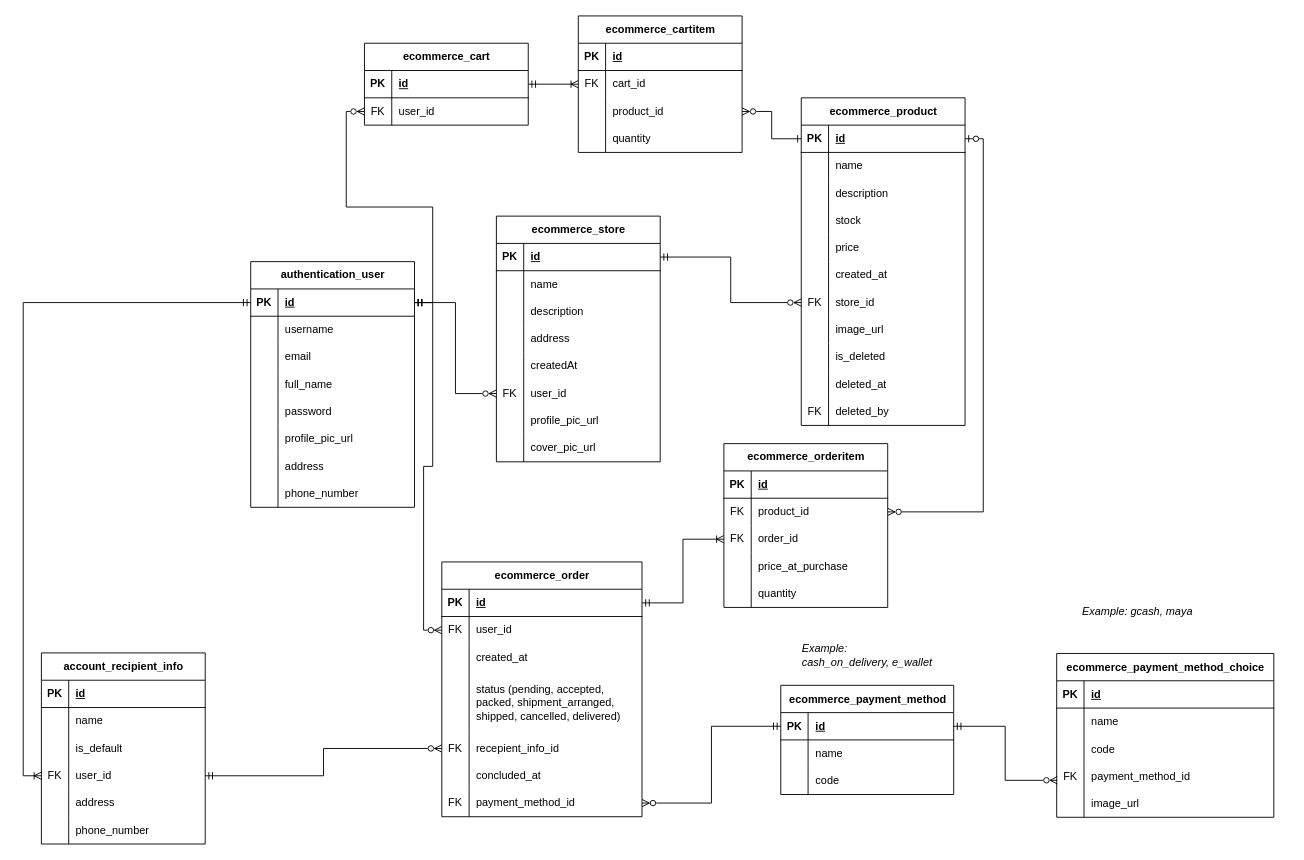
This is page "All (INC)" (1 of 10) of diagrams/erd/e-commerce-entity-relationship-diagram.drawio from RHILIUS/E-Commerce-Docs, a draw.io file, before an edit. Source tidied: cells renumbered, new cells numbered last; positions are measured from the earlier drawing's top-left corner, leaving out a move shared by most shapes. Both pictures are drawn from the tidied source at 91%, with x=0, y=0 at pixel (41, 15).
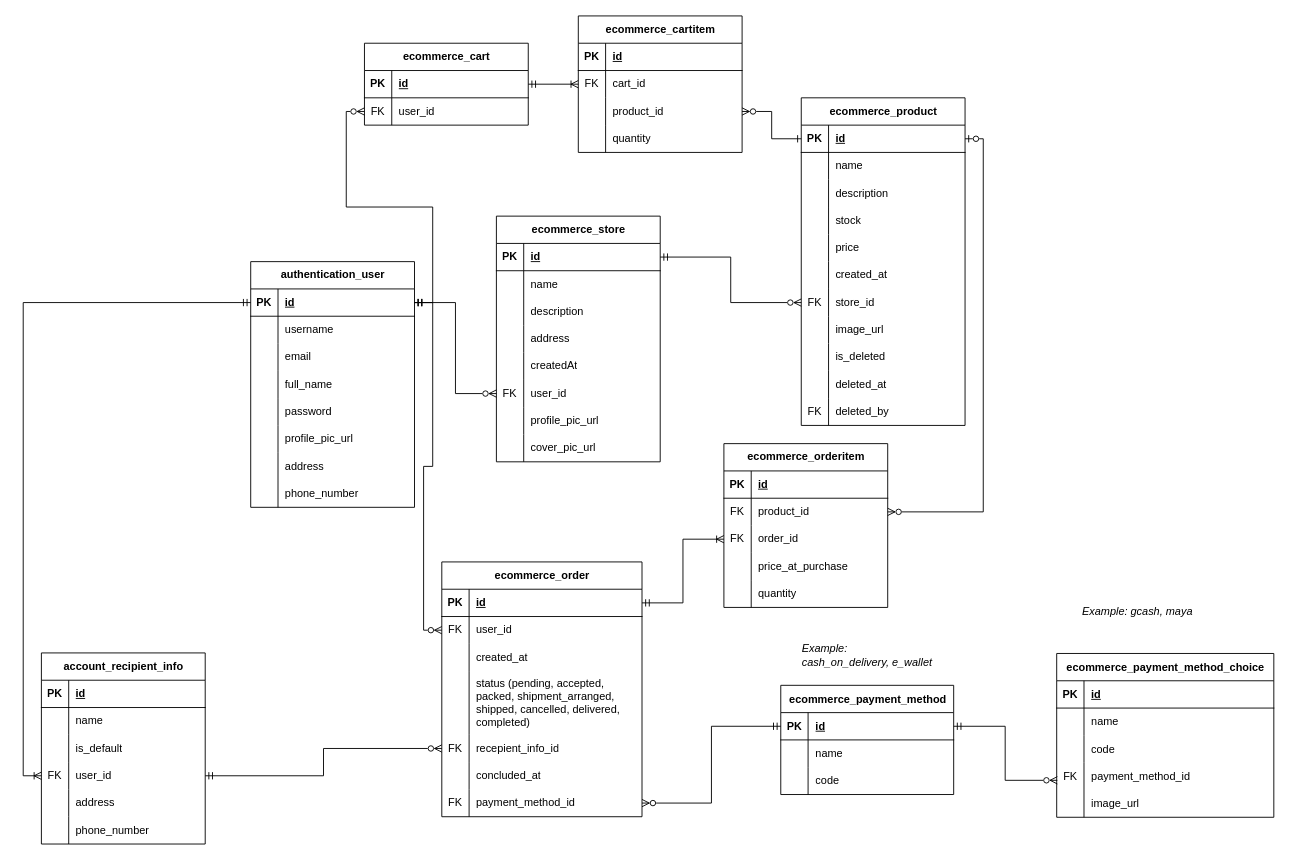
The same page after the edit.

Commit message:
feat(erd): add completed status in order

The change refers to these unchanged cells:
```xml
<mxCell id="94" style="shape=tableRow;horizontal=0;startSize=0;swimlaneHead=0;swimlaneBody=0;fillColor=none;top=0;left=0;right=0;bottom=0;" parent="84" vertex="1">
  <mxGeometry y="120" width="220" height="70" as="geometry" />
</mxCell>
```

Change to the diagram source:
```diff
@@
-    <mxCell id="96" value="status (pending, accepted, packed, shipment_arranged,&amp;nbsp; shipped, cancelled, delivered)" style="shape=partialRectangle;fillColor=none;top=0;left=0;bottom=0;right=0;align=left;spacingLeft=6;overflow=hidden;whiteSpace=wrap;html=1;" parent="94" vertex="1">
+    <mxCell id="96" value="status (pending, accepted, packed, shipment_arranged,&amp;nbsp; shipped, cancelled, delivered, completed)" style="shape=partialRectangle;fillColor=none;top=0;left=0;bottom=0;right=0;align=left;spacingLeft=6;overflow=hidden;whiteSpace=wrap;html=1;" parent="94" vertex="1">
       <mxGeometry x="30" width="190" height="70" as="geometry" />
     </mxCell>
```
